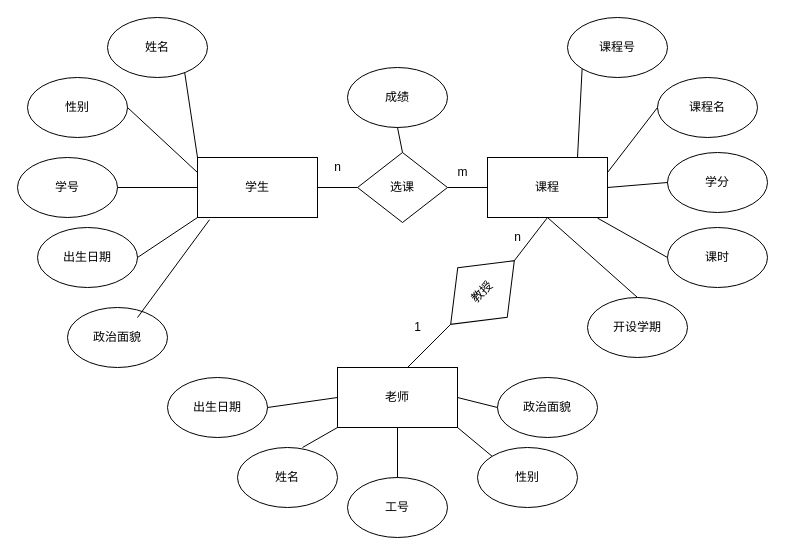
Earlier version of the draw.io diagram 图书借阅管理系统.drawio (UltramanT1ga/Hello). Source tidied: cells renumbered, new cells numbered last; positions are measured from the earlier drawing's top-left corner, leaving out a move shared by most shapes. Both pictures are drawn from the tidied source at 100%, with x=0, y=0 at pixel (17, 17).
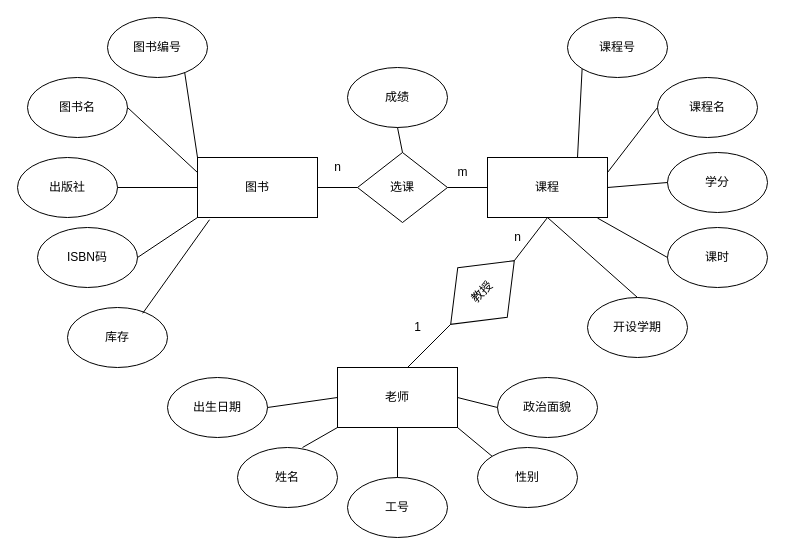
The same diagram, later.

Commit message (it also covers changes not shown here):
更新图书借阅管理系统.drawio

Diff of the diagram source:
```diff
@@
-    <mxCell id="2" value="学生" style="rounded=0;whiteSpace=wrap;html=1;" parent="1" vertex="1">
+    <mxCell id="2" value="图书" style="rounded=0;whiteSpace=wrap;html=1;" parent="1" vertex="1">
       <mxGeometry x="180" y="140" width="120" height="60" as="geometry" />
     </mxCell>
-    <mxCell id="3" value="姓名" style="ellipse;whiteSpace=wrap;html=1;" parent="1" vertex="1">
+    <mxCell id="3" value="图书编号" style="ellipse;whiteSpace=wrap;html=1;" parent="1" vertex="1">
       <mxGeometry x="90" width="100" height="60" as="geometry" />
     </mxCell>
@@
-    <mxCell id="5" value="出生日期" style="ellipse;whiteSpace=wrap;html=1;" parent="1" vertex="1">
+    <mxCell id="5" value="ISBN码" style="ellipse;whiteSpace=wrap;html=1;" parent="1" vertex="1">
       <mxGeometry x="20" y="210" width="100" height="60" as="geometry" />
     </mxCell>
-    <mxCell id="6" value="政治面貌" style="ellipse;whiteSpace=wrap;html=1;" parent="1" vertex="1">
+    <mxCell id="6" value="库存" style="ellipse;whiteSpace=wrap;html=1;" parent="1" vertex="1">
       <mxGeometry x="50" y="290" width="100" height="60" as="geometry" />
     </mxCell>
@@
-    <mxCell id="10" value="学号" style="ellipse;whiteSpace=wrap;html=1;" parent="1" vertex="1">
+    <mxCell id="10" value="出版社" style="ellipse;whiteSpace=wrap;html=1;" parent="1" vertex="1">
       <mxGeometry y="140" width="100" height="60" as="geometry" />
     </mxCell>
@@
-    <mxCell id="12" value="性别" style="ellipse;whiteSpace=wrap;html=1;" parent="1" vertex="1">
+    <mxCell id="12" value="图书名" style="ellipse;whiteSpace=wrap;html=1;" parent="1" vertex="1">
       <mxGeometry x="10" y="60" width="100" height="60" as="geometry" />
     </mxCell>
@@
-    <mxCell id="17" style="endArrow=none;html=1;rounded=0;strokeColor=default;exitX=0.7;exitY=0.167;exitDx=0;exitDy=0;exitPerimeter=0;entryX=0.1;entryY=1.037;entryDx=0;entryDy=0;entryPerimeter=0;" parent="1" edge="1" source="6" target="2">
+    <mxCell id="17" style="endArrow=none;html=1;rounded=0;strokeColor=default;exitX=0.752;exitY=0.097;exitDx=0;exitDy=0;exitPerimeter=0;entryX=0.1;entryY=1.037;entryDx=0;entryDy=0;entryPerimeter=0;" parent="1" edge="1" source="6" target="2">
       <mxGeometry relative="1" as="geometry" />
     </mxCell>
```
